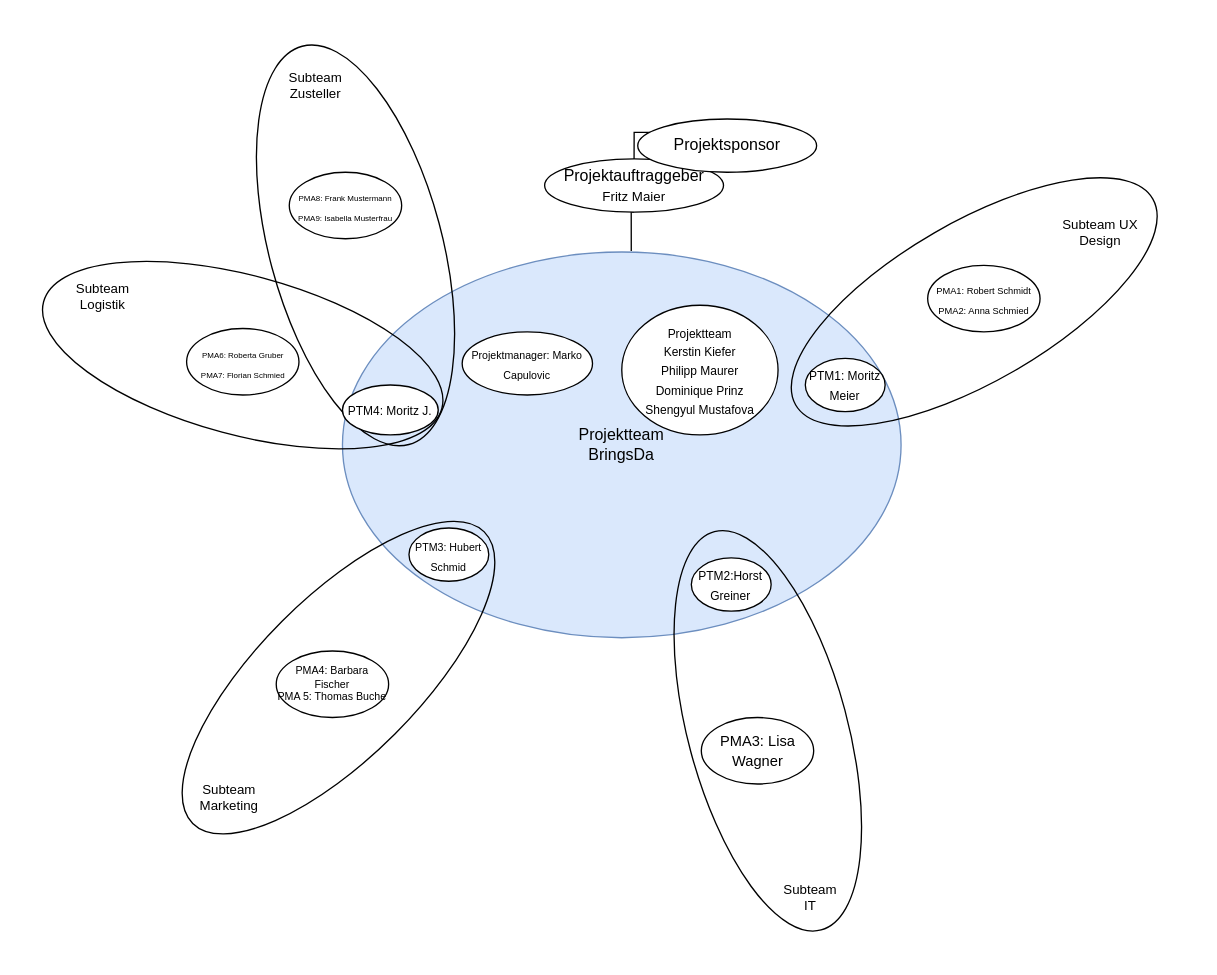
Earlier version of the draw.io diagram Projektorganigramm.drawio (CapMarko/ProjektManagement). Source tidied: cells renumbered, new cells numbered last; positions are measured from the earlier drawing's top-left corner, leaving out a move shared by most shapes. Both pictures are drawn from the tidied source at 133%, with x=0, y=0 at pixel (36, 65).
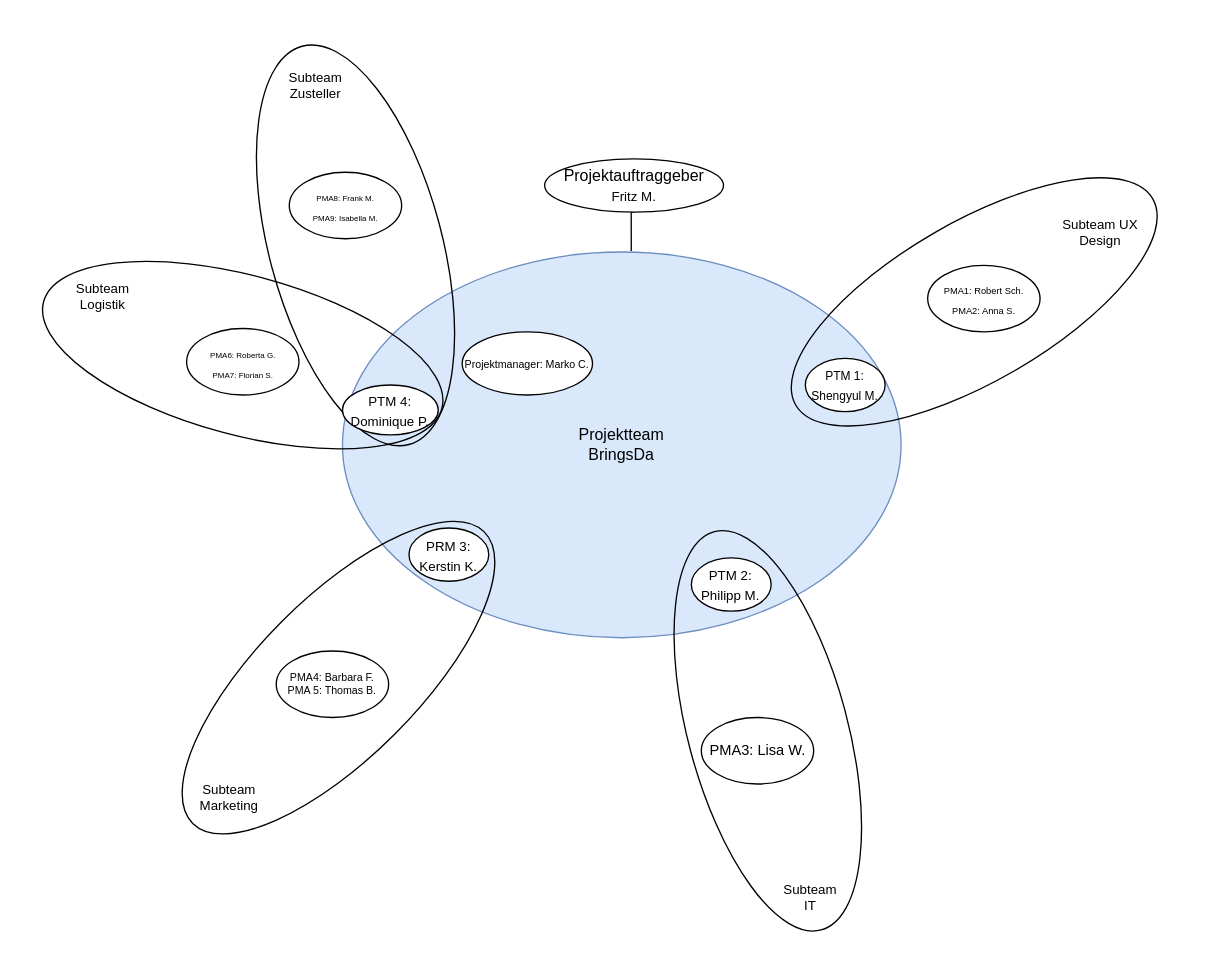
Above is the later version.

Change to the diagram source:
```diff
@@
-    <mxCell id="5" style="edgeStyle=orthogonalEdgeStyle;rounded=0;jettySize=auto;html=1;entryX=0;entryY=0;entryDx=0;entryDy=0;fontSize=9;endArrow=none;endFill=0;" parent="1" edge="1" source="7" target="8">
-      <mxGeometry relative="1" as="geometry" />
-    </mxCell>
@@
-    <mxCell id="7" value="Projektauftraggeber&lt;br&gt;&lt;font style=&quot;font-size: 10px&quot;&gt;Fritz Maier&lt;/font&gt;" style="ellipse;whiteSpace=wrap;html=1;" parent="1" vertex="1">
+    <mxCell id="7" value="Projektauftraggeber&lt;br&gt;&lt;font style=&quot;font-size: 10px&quot;&gt;Fritz M.&lt;br&gt;&lt;/font&gt;" style="ellipse;whiteSpace=wrap;html=1;" parent="1" vertex="1">
       <mxGeometry x="382" y="70" width="134.5" height="40" as="geometry" />
     </mxCell>
-    <mxCell id="8" value="Projektsponsor&lt;br&gt;" style="ellipse;whiteSpace=wrap;html=1;" parent="1" vertex="1">
-      <mxGeometry x="452" y="40" width="134.5" height="40" as="geometry" />
-    </mxCell>
-    <mxCell id="9" value="&lt;font style=&quot;font-size: 7px&quot;&gt;PMA1: Robert Schmidt&lt;br&gt;PMA2: Anna Schmied&lt;br&gt;&lt;/font&gt;" style="ellipse;whiteSpace=wrap;html=1;strokeWidth=1;" parent="1" vertex="1">
+    <mxCell id="9" value="&lt;font style=&quot;font-size: 7px&quot;&gt;PMA1: Robert Sch.&lt;br&gt;PMA2: Anna S.&lt;br&gt;&lt;/font&gt;" style="ellipse;whiteSpace=wrap;html=1;strokeWidth=1;" parent="1" vertex="1">
       <mxGeometry x="670" y="150" width="84.5" height="50" as="geometry" />
     </mxCell>
@@
-    <mxCell id="11" value="&lt;font style=&quot;font-size: 9px&quot;&gt;PTM1: Moritz Meier&lt;/font&gt;" style="ellipse;whiteSpace=wrap;html=1;strokeWidth=1;" parent="1" vertex="1">
+    <mxCell id="11" value="&lt;font style=&quot;font-size: 9px&quot;&gt;PTM 1: Shengyul M.&lt;br&gt;&lt;/font&gt;" style="ellipse;whiteSpace=wrap;html=1;strokeWidth=1;" parent="1" vertex="1">
       <mxGeometry x="578" y="220" width="60" height="40" as="geometry" />
     </mxCell>
-    <mxCell id="12" value="&lt;font style=&quot;font-size: 8px&quot;&gt;Projektmanager: Marko Capulovic&lt;/font&gt;" style="ellipse;whiteSpace=wrap;html=1;strokeWidth=1;" parent="1" vertex="1">
+    <mxCell id="12" value="&lt;font style=&quot;font-size: 8px&quot;&gt;Projektmanager: Marko C.&lt;/font&gt;" style="ellipse;whiteSpace=wrap;html=1;strokeWidth=1;" parent="1" vertex="1">
       <mxGeometry x="320" y="200" width="98" height="47.5" as="geometry" />
     </mxCell>
@@
-    <mxCell id="14" value="&lt;font style=&quot;font-size: 11px&quot;&gt;PMA3: Lisa Wagner&lt;br&gt;&lt;/font&gt;" style="ellipse;whiteSpace=wrap;html=1;strokeWidth=1;" parent="1" vertex="1">
+    <mxCell id="14" value="&lt;font style=&quot;font-size: 11px&quot;&gt;PMA3: Lisa W.&lt;br&gt;&lt;/font&gt;" style="ellipse;whiteSpace=wrap;html=1;strokeWidth=1;" parent="1" vertex="1">
       <mxGeometry x="499.8" y="490" width="84.5" height="50" as="geometry" />
     </mxCell>
@@
-    <mxCell id="16" value="&lt;font style=&quot;font-size: 9px&quot;&gt;PTM2:Horst Greiner &lt;br&gt;&lt;/font&gt;" style="ellipse;whiteSpace=wrap;html=1;strokeWidth=1;" parent="1" vertex="1">
+    <mxCell id="16" value="&lt;font style=&quot;font-size: 10px&quot;&gt;PTM 2: Philipp M.&lt;br&gt;&lt;/font&gt;" style="ellipse;whiteSpace=wrap;html=1;strokeWidth=1;" parent="1" vertex="1">
       <mxGeometry x="492.3" y="370" width="60" height="40" as="geometry" />
     </mxCell>
@@
-    <mxCell id="18" value="&lt;div style=&quot;font-size: 8px&quot;&gt;&lt;font style=&quot;font-size: 8px&quot;&gt;PMA4: Barbara Fischer&lt;br&gt;&lt;/font&gt;&lt;/div&gt;&lt;div style=&quot;font-size: 8px&quot;&gt;&lt;font style=&quot;font-size: 8px&quot;&gt;PMA 5: Thomas Buche&lt;br&gt;&lt;/font&gt;&lt;/div&gt;" style="ellipse;whiteSpace=wrap;html=1;strokeWidth=1;" parent="1" vertex="1">
+    <mxCell id="18" value="&lt;div style=&quot;font-size: 8px&quot;&gt;&lt;font style=&quot;font-size: 8px&quot;&gt;PMA4: Barbara F.&lt;br&gt;&lt;/font&gt;&lt;/div&gt;&lt;div style=&quot;font-size: 8px&quot;&gt;&lt;font style=&quot;font-size: 8px&quot;&gt;PMA 5: Thomas B.&lt;br&gt;&lt;/font&gt;&lt;/div&gt;" style="ellipse;whiteSpace=wrap;html=1;strokeWidth=1;" parent="1" vertex="1">
       <mxGeometry x="180.2" y="440" width="84.5" height="50" as="geometry" />
     </mxCell>
@@
-    <mxCell id="20" value="&lt;font style=&quot;font-size: 8px&quot;&gt;PTM3: Hubert Schmid&lt;/font&gt;" style="ellipse;whiteSpace=wrap;html=1;strokeWidth=1;" parent="1" vertex="1">
+    <mxCell id="20" value="&lt;font style=&quot;font-size: 10px&quot;&gt;PRM 3: Kerstin K.&lt;br&gt;&lt;/font&gt;" style="ellipse;whiteSpace=wrap;html=1;strokeWidth=1;" parent="1" vertex="1">
       <mxGeometry x="280" y="347.5" width="60" height="40" as="geometry" />
     </mxCell>
@@
-    <mxCell id="22" value="&lt;font style=&quot;font-size: 6px&quot;&gt;PMA6: Roberta Gruber&lt;br&gt;&lt;/font&gt;&lt;div&gt;&lt;font style=&quot;font-size: 6px&quot;&gt;PMA7: Florian Schmied&lt;/font&gt;&lt;/div&gt;" style="ellipse;whiteSpace=wrap;html=1;strokeWidth=1;" parent="1" vertex="1">
+    <mxCell id="22" value="&lt;font style=&quot;font-size: 6px&quot;&gt;PMA6: Roberta G.&lt;br&gt;&lt;/font&gt;&lt;div&gt;&lt;font style=&quot;font-size: 6px&quot;&gt;PMA7: Florian S.&lt;/font&gt;&lt;/div&gt;" style="ellipse;whiteSpace=wrap;html=1;strokeWidth=1;" parent="1" vertex="1">
       <mxGeometry x="112.8" y="197.5" width="84.5" height="50" as="geometry" />
     </mxCell>
@@
-    <mxCell id="24" value="&lt;font style=&quot;font-size: 9px&quot;&gt;PTM4: Moritz J.&lt;br&gt;&lt;/font&gt;" style="ellipse;whiteSpace=wrap;html=1;strokeWidth=1;" parent="1" vertex="1">
+    <mxCell id="24" value="&lt;font style=&quot;font-size: 10px&quot;&gt;PTM 4: Dominique P.&lt;br&gt;&lt;/font&gt;" style="ellipse;whiteSpace=wrap;html=1;strokeWidth=1;" parent="1" vertex="1">
       <mxGeometry x="230" y="240" width="72" height="37.5" as="geometry" />
     </mxCell>
-    <mxCell id="25" value="&lt;font style=&quot;font-size: 9px&quot;&gt;Projektteam&lt;br&gt;Kerstin Kiefer&lt;br&gt;Philipp Maurer&lt;br&gt;Dominique Prinz&lt;br&gt;Shengyul Mustafova&lt;/font&gt;" style="ellipse;whiteSpace=wrap;html=1;strokeWidth=1;" parent="1" vertex="1">
-      <mxGeometry x="440" y="180" width="117.5" height="97.5" as="geometry" />
-    </mxCell>
@@
-    <mxCell id="27" value="&lt;font style=&quot;font-size: 6px&quot;&gt;PMA8: Frank Mustermann&lt;br&gt;PMA9: Isabella Musterfrau&lt;br&gt;&lt;/font&gt;" style="ellipse;whiteSpace=wrap;html=1;strokeWidth=1;" parent="1" vertex="1">
+    <mxCell id="27" value="&lt;font style=&quot;font-size: 6px&quot;&gt;PMA8: Frank M.&lt;br&gt;PMA9: Isabella M.&lt;br&gt;&lt;/font&gt;" style="ellipse;whiteSpace=wrap;html=1;strokeWidth=1;" parent="1" vertex="1">
       <mxGeometry x="190" y="80" width="84.5" height="50" as="geometry" />
     </mxCell>
```
